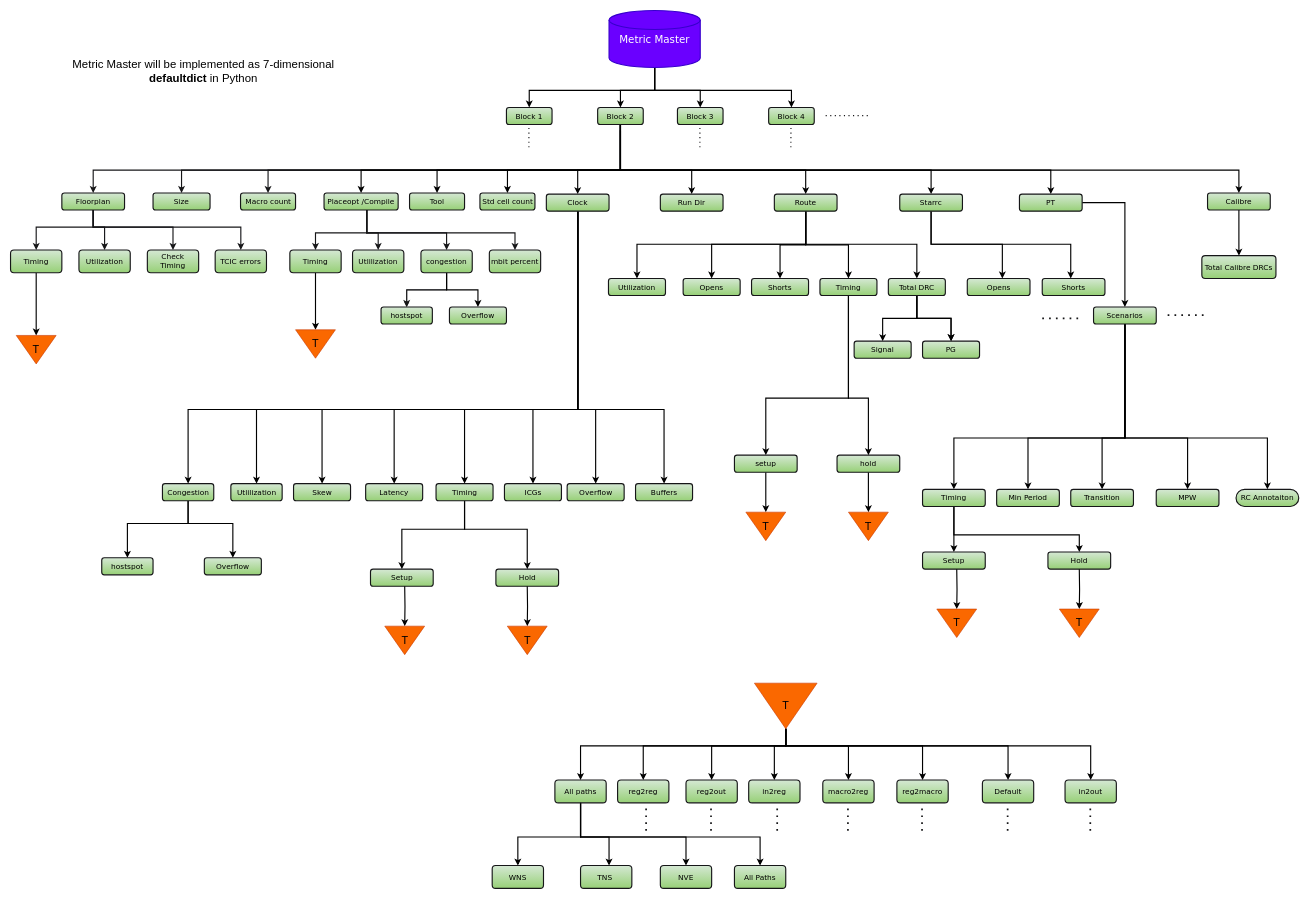
Before: metric_mater_ER.drawio in Jairamh/hello-world, a draw.io diagram. Source tidied: cells renumbered, new cells numbered last; positions are measured from the earlier drawing's top-left corner, leaving out a move shared by most shapes. Both pictures are drawn from the tidied source at 57%, with x=0, y=0 at pixel (10, 10).
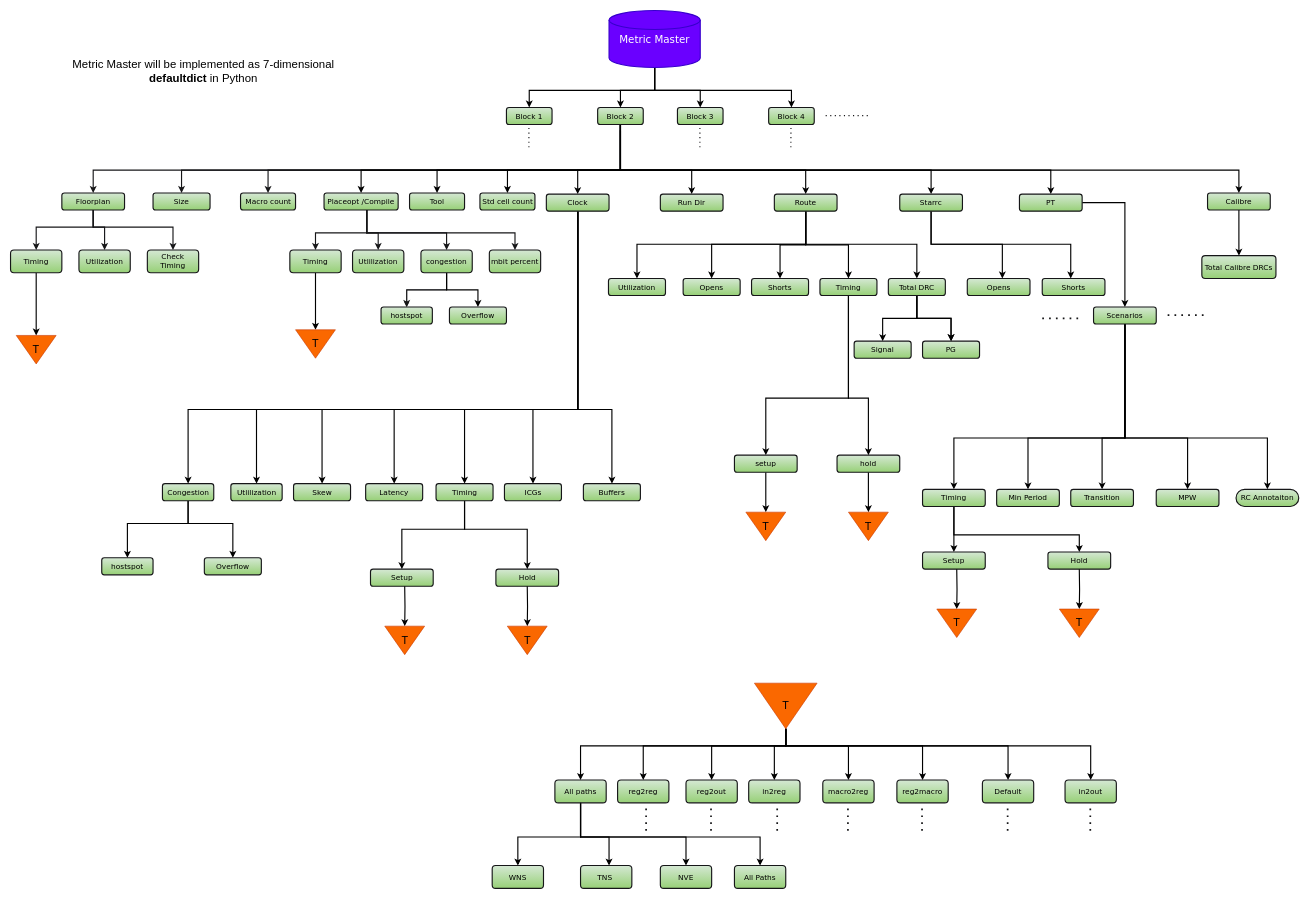
After the change.

The change refers to these unchanged cells:
```xml
<mxCell id="26" value="Floorplan" style="rounded=1;whiteSpace=wrap;html=1;fillColor=#d5e8d4;strokeColor=#161618;gradientColor=#97d077;strokeWidth=2;shadow=0;fontSize=13;fontFamily=Verdana;" parent="1" vertex="1">
  <mxGeometry x="90" y="320" width="110" height="30" as="geometry" />
</mxCell>
<mxCell id="40" value="Clock" style="rounded=1;whiteSpace=wrap;html=1;fillColor=#d5e8d4;strokeColor=#161618;gradientColor=#97d077;strokeWidth=2;shadow=0;fontSize=13;fontFamily=Verdana;" parent="1" vertex="1">
  <mxGeometry x="940" y="322" width="110" height="30" as="geometry" />
</mxCell>
```

What changed in the source:
```diff
@@
-    <mxCell id="25" style="edgeStyle=orthogonalEdgeStyle;rounded=0;jettySize=auto;html=1;entryX=0.5;entryY=0;entryDx=0;entryDy=0;fillColor=#d5e8d4;strokeColor=#161618;gradientColor=#97d077;strokeWidth=2;shadow=0;fontSize=13;fontFamily=Verdana;" parent="1" edge="1" source="26" target="51">
-      <mxGeometry relative="1" as="geometry">
-        <Array as="points">
-          <mxPoint x="145" y="380" />
-          <mxPoint x="404" y="380" />
-        </Array>
-      </mxGeometry>
-    </mxCell>
@@
-    <mxCell id="32" style="edgeStyle=orthogonalEdgeStyle;shape=connector;rounded=0;jettySize=auto;html=1;entryX=0.5;entryY=0;entryDx=0;entryDy=0;labelBackgroundColor=default;strokeColor=default;strokeWidth=2;fontFamily=Helvetica;fontSize=11;fontColor=default;endArrow=classic;" parent="1" edge="1" source="40" target="83">
-      <mxGeometry relative="1" as="geometry">
-        <Array as="points">
-          <mxPoint x="995" y="700" />
-          <mxPoint x="1146" y="700" />
-        </Array>
-      </mxGeometry>
-    </mxCell>
@@
-    <mxCell id="34" style="edgeStyle=orthogonalEdgeStyle;shape=connector;rounded=0;jettySize=auto;html=1;entryX=0.5;entryY=0;entryDx=0;entryDy=0;labelBackgroundColor=default;strokeColor=default;strokeWidth=2;fontFamily=Helvetica;fontSize=11;fontColor=default;endArrow=classic;" parent="1" edge="1" source="40" target="79">
-      <mxGeometry relative="1" as="geometry">
-        <Array as="points">
-          <mxPoint x="995" y="700" />
-          <mxPoint x="1026" y="700" />
-        </Array>
-      </mxGeometry>
-    </mxCell>
@@
+    <mxCell id="32" style="edgeStyle=orthogonalEdgeStyle;rounded=0;jettySize=auto;html=1;entryX=0.5;entryY=0;entryDx=0;entryDy=0;strokeWidth=2;" parent="1" edge="1" source="40" target="83">
+      <mxGeometry relative="1" as="geometry">
+        <Array as="points">
+          <mxPoint x="995" y="700" />
+          <mxPoint x="1055" y="700" />
+        </Array>
+      </mxGeometry>
+    </mxCell>
@@
-    <mxCell id="51" value="TCIC errors" style="rounded=1;whiteSpace=wrap;html=1;fillColor=#d5e8d4;strokeColor=#161618;gradientColor=#97d077;strokeWidth=2;shadow=0;fontSize=13;fontFamily=Verdana;" parent="1" vertex="1">
-      <mxGeometry x="359" y="420" width="90" height="40" as="geometry" />
-    </mxCell>
@@
-    <mxCell id="79" value="Overflow" style="rounded=1;whiteSpace=wrap;html=1;fillColor=#d5e8d4;strokeColor=#161618;gradientColor=#97d077;strokeWidth=2;shadow=0;fontSize=13;fontFamily=Verdana;" parent="1" vertex="1">
-      <mxGeometry x="976.5" y="830" width="100" height="30" as="geometry" />
-    </mxCell>
@@
     <mxCell id="83" value="Buffers" style="rounded=1;whiteSpace=wrap;html=1;fillColor=#d5e8d4;strokeColor=#161618;gradientColor=#97d077;strokeWidth=2;shadow=0;fontSize=13;fontFamily=Verdana;" parent="1" vertex="1">
-      <mxGeometry x="1096.5" y="830" width="100" height="30" as="geometry" />
+      <mxGeometry x="1005" y="830" width="100" height="30" as="geometry" />
     </mxCell>
```
